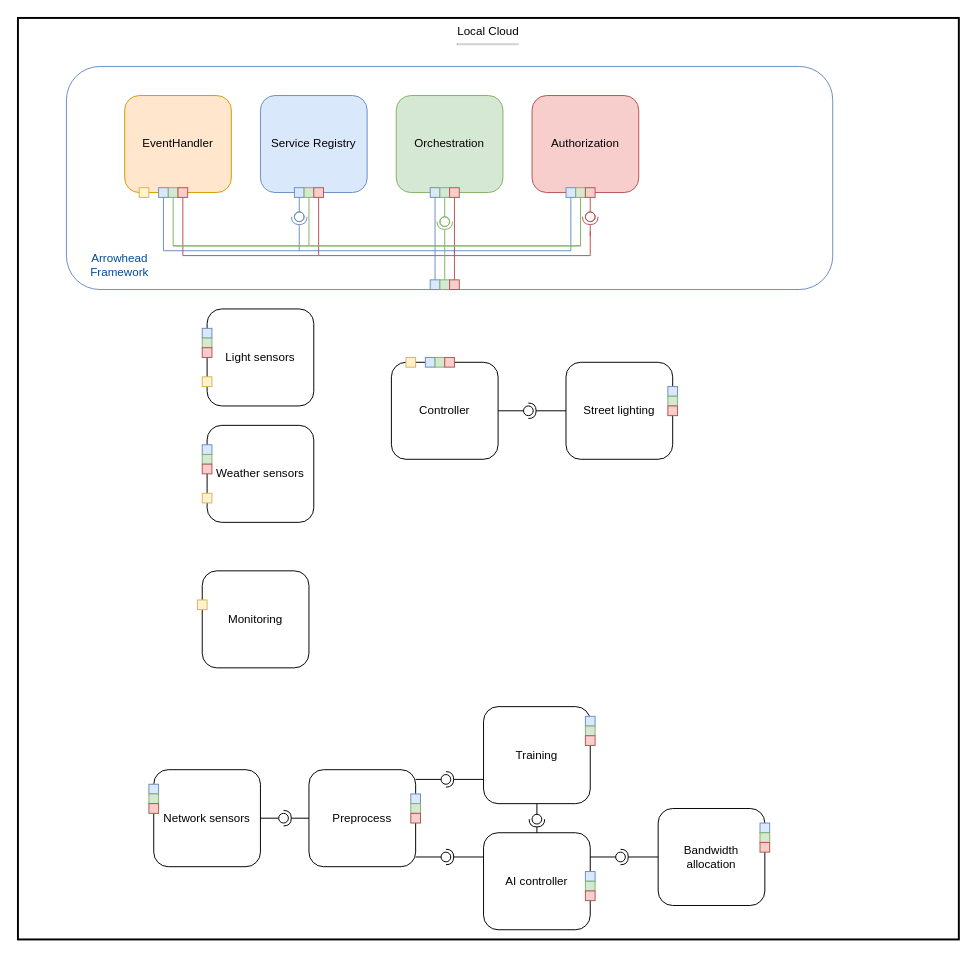
Earlier version of the draw.io diagram Untitled Diagram.drawio (JuliCSD/D7042E). Source tidied: cells renumbered, new cells numbered last; positions are measured from the earlier drawing's top-left corner, leaving out a move shared by most shapes. Both pictures are drawn from the tidied source at 97%, with x=0, y=0 at pixel (17, 17).
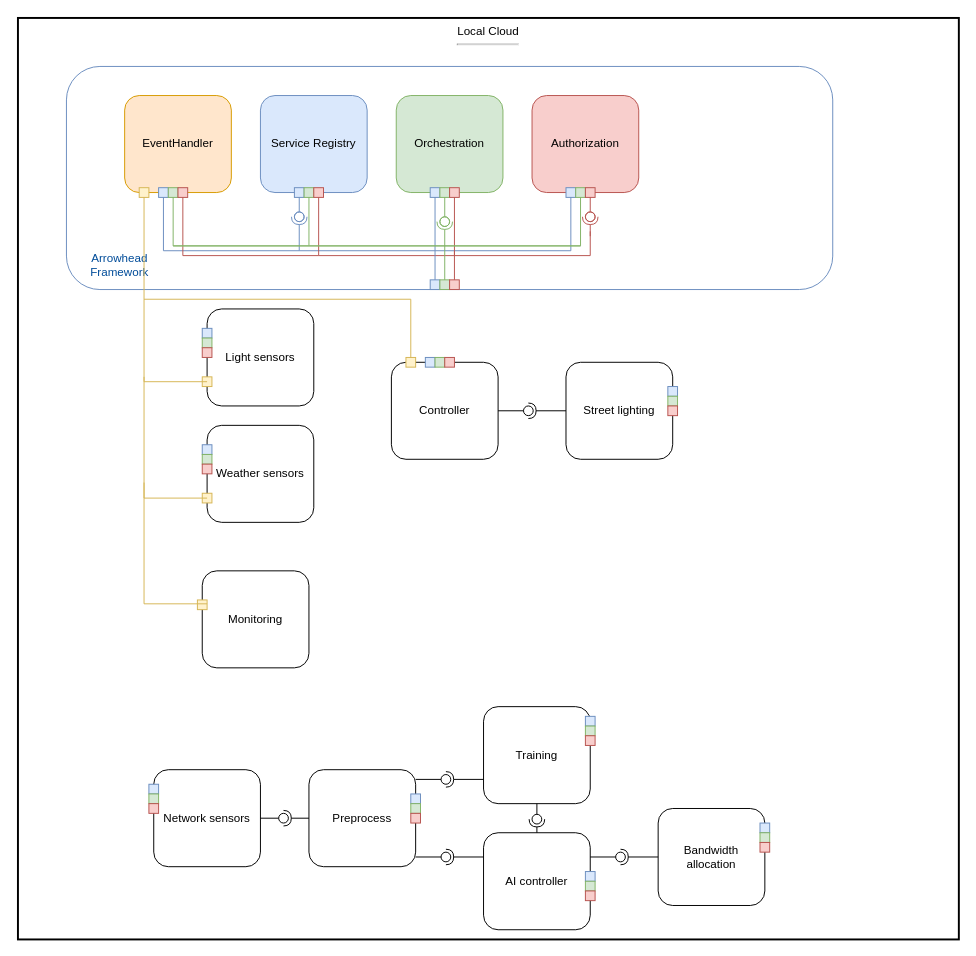
The same page after the edit.

Unchanged cells that the change refers to:
```xml
<mxCell id="7" value="Light sensors" style="rounded=1;whiteSpace=wrap;html=1;" parent="1" vertex="1">
  <mxGeometry x="195" y="300" width="110" height="100" as="geometry" />
</mxCell>
<mxCell id="8" value="Weather sensors" style="rounded=1;whiteSpace=wrap;html=1;" parent="1" vertex="1">
  <mxGeometry x="195" y="420" width="110" height="100" as="geometry" />
</mxCell>
<mxCell id="119" style="rounded=0;whiteSpace=wrap;html=1;fillColor=#fff2cc;strokeColor=#d6b656;" parent="1" vertex="1">
  <mxGeometry x="125" y="175" width="10" height="10" as="geometry" />
</mxCell>
<mxCell id="122" style="rounded=0;whiteSpace=wrap;html=1;fillColor=#fff2cc;strokeColor=#d6b656;" parent="1" vertex="1">
  <mxGeometry x="400" y="350" width="10" height="10" as="geometry" />
</mxCell>
```

The edit, as a diff of the source:
```diff
@@
+    <mxCell id="124" style="endArrow=none;html=1;rounded=0;entryX=0.5;entryY=1;entryDx=0;entryDy=0;exitX=0;exitY=0.75;exitDx=0;exitDy=0;fillColor=#fff2cc;strokeColor=#d6b656;" parent="1" edge="1" source="7" target="119">
+      <mxGeometry relative="1" as="geometry">
+        <Array as="points">
+          <mxPoint x="130" y="375" />
+        </Array>
+      </mxGeometry>
+    </mxCell>
+    <mxCell id="125" style="endArrow=none;html=1;rounded=0;exitX=0;exitY=0.75;exitDx=0;exitDy=0;fillColor=#fff2cc;strokeColor=#d6b656;" parent="1" edge="1" source="8">
+      <mxGeometry relative="1" as="geometry">
+        <mxPoint x="130" y="370" as="targetPoint" />
+        <Array as="points">
+          <mxPoint x="130" y="495" />
+        </Array>
+      </mxGeometry>
+    </mxCell>
+    <mxCell id="126" style="endArrow=none;html=1;rounded=0;exitX=0.5;exitY=0;exitDx=0;exitDy=0;fillColor=#fff2cc;strokeColor=#d6b656;" parent="1" edge="1" source="122">
+      <mxGeometry relative="1" as="geometry">
+        <mxPoint x="130" y="290" as="targetPoint" />
+        <Array as="points">
+          <mxPoint x="405" y="290" />
+        </Array>
+      </mxGeometry>
+    </mxCell>
+    <mxCell id="127" style="endArrow=none;html=1;rounded=0;exitX=0;exitY=0.75;exitDx=0;exitDy=0;fillColor=#fff2cc;strokeColor=#d6b656;" parent="1" edge="1">
+      <mxGeometry relative="1" as="geometry">
+        <mxPoint x="195" y="604" as="sourcePoint" />
+        <mxPoint x="130" y="479" as="targetPoint" />
+        <Array as="points">
+          <mxPoint x="130" y="604" />
+        </Array>
+      </mxGeometry>
+    </mxCell>
```
